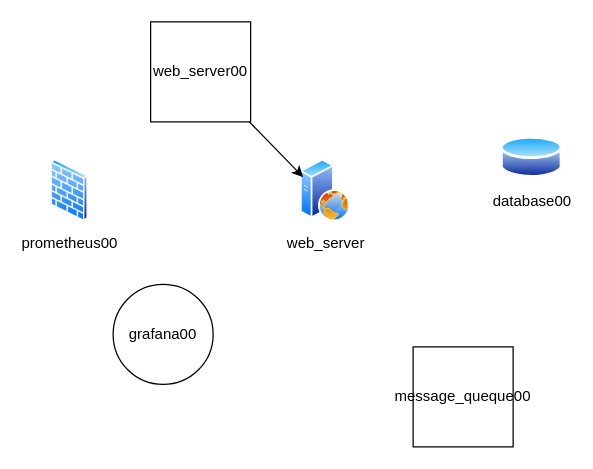
This is drawio_Diagrams/ProvaProprieta.drawio.xml from PierCarrozzini/Fake_Architecture_Orchestrator, a draw.io file, before an edit. Source tidied: cells renumbered, new cells numbered last; positions are measured from the earlier drawing's top-left corner, leaving out a move shared by most shapes. Both pictures are drawn from the tidied source at 125%, with x=0, y=0 at pixel (50, 21).
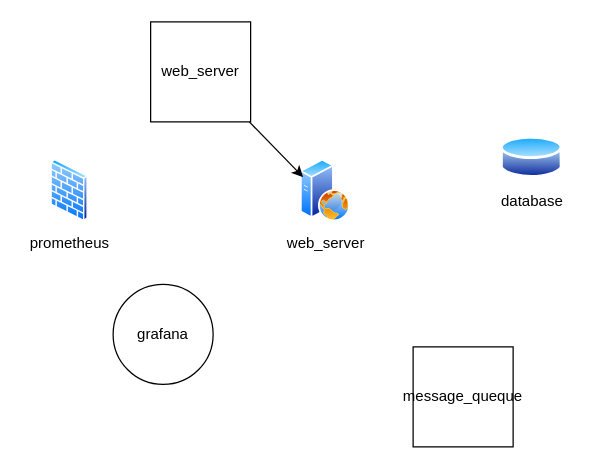
Above is the later version.

What changed in the source:
```diff
@@
 <mxGraphModel>
   <root>
     <mxCell id="0" />
     <mxCell id="1" parent="0" />
     <mxCell id="2" value="web_server" style="image;perimeter=ellipsePerimeter;html=1;align=center;shadow=0;dashed=0;spacingTop=3;image=img/lib/active_directory/web_server.svg;" parent="1" vertex="1">
       <mxGeometry x="200" y="110" width="40" height="50" as="geometry" />
     </mxCell>
-    <mxCell id="3" value="web_server00" style="whiteSpace=wrap;html=1;" parent="1" vertex="1">
+    <mxCell id="3" value="web_server" style="whiteSpace=wrap;html=1;" parent="1" vertex="1">
       <mxGeometry x="80" width="80" height="80" as="geometry" />
     </mxCell>
     <mxCell id="4" style="endArrow=classic;html=1;rounded=0;entryX=0;entryY=0.25;entryDx=0;entryDy=0;" parent="1" edge="1" source="3" target="2">
       <mxGeometry relative="1" as="geometry" />
     </mxCell>
-    <mxCell id="5" value="database00" style="image;perimeter=ellipsePerimeter;html=1;align=center;shadow=0;dashed=0;spacingTop=3;image=img/lib/active_directory/database.svg;" parent="1" vertex="1">
+    <mxCell id="5" value="database" style="image;perimeter=ellipsePerimeter;html=1;align=center;shadow=0;dashed=0;spacingTop=3;image=img/lib/active_directory/database.svg;" parent="1" vertex="1">
       <mxGeometry x="360" y="90" width="50" height="37" as="geometry" />
     </mxCell>
-    <mxCell id="6" value="message_queque00" style="whiteSpace=wrap;html=1;" parent="1" vertex="1">
+    <mxCell id="6" value="message_queque" style="whiteSpace=wrap;html=1;" parent="1" vertex="1">
       <mxGeometry x="290" y="260" width="80" height="80" as="geometry" />
     </mxCell>
-    <mxCell id="7" value="grafana00" style="ellipse;whiteSpace=wrap;html=1;" parent="1" vertex="1">
+    <mxCell id="7" value="grafana" style="ellipse;whiteSpace=wrap;html=1;" parent="1" vertex="1">
       <mxGeometry x="50" y="210" width="80" height="80" as="geometry" />
     </mxCell>
-    <mxCell id="8" value="prometheus00" style="image;perimeter=ellipsePerimeter;html=1;align=center;shadow=0;dashed=0;spacingTop=3;image=img/lib/active_directory/firewall.svg;" parent="1" vertex="1">
+    <mxCell id="8" value="prometheus" style="image;perimeter=ellipsePerimeter;html=1;align=center;shadow=0;dashed=0;spacingTop=3;image=img/lib/active_directory/firewall.svg;" parent="1" vertex="1">
       <mxGeometry y="110" width="30.5" height="50" as="geometry" />
     </mxCell>
   </root>
 </mxGraphModel>
```
